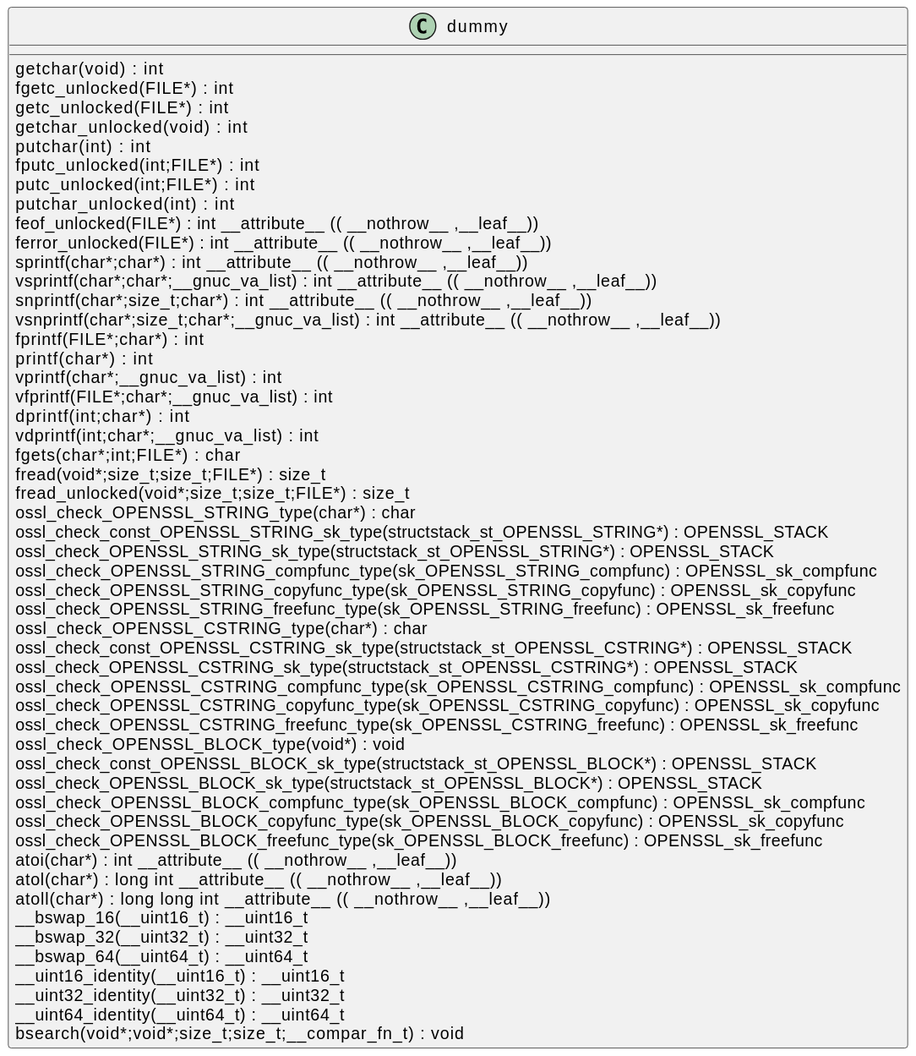
Above: docs/qc/engines/e_capi.c.svg in qualitesys/openssl (PlantUML), before the change.
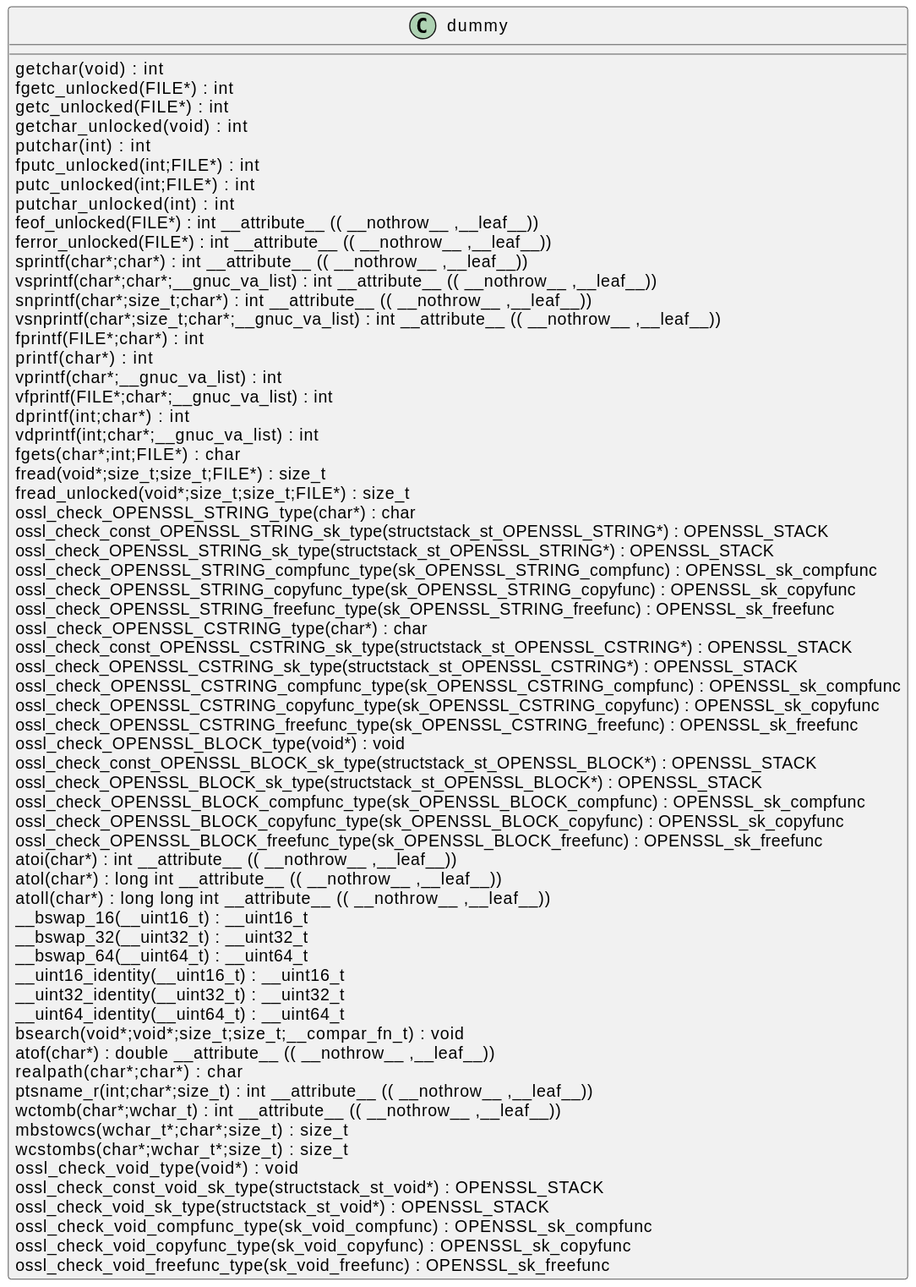
After the commit.

Change to the diagram source:
```diff
@@ -52,5 +52,17 @@
 __uint32_identity(__uint32_t) : __uint32_t [[[./../.././qc/engines/e_capi.c.html#1863]]]
 __uint64_identity(__uint64_t) : __uint64_t [[[./../.././qc/engines/e_capi.c.html#1869]]]
 bsearch(void*;void*;size_t;size_t;__compar_fn_t) :  void  [[[./../.././qc/engines/e_capi.c.html#2537]]]
+atof(char*) :  double  __attribute__ (( __nothrow__ ,__leaf__)) [[[./../.././qc/engines/e_capi.c.html#1]]]
+realpath(char*;char*) :  char  [[[./../.././qc/engines/e_capi.c.html#1]]]
+ptsname_r(int;char*;size_t) :  int  __attribute__ (( __nothrow__ ,__leaf__)) [[[./../.././qc/engines/e_capi.c.html#1]]]
+wctomb(char*;wchar_t) :  int  __attribute__ (( __nothrow__ ,__leaf__)) [[[./../.././qc/engines/e_capi.c.html#1]]]
+mbstowcs(wchar_t*;char*;size_t) : size_t [[[./../.././qc/engines/e_capi.c.html#1]]]
+wcstombs(char*;wchar_t*;size_t) : size_t [[[./../.././qc/engines/e_capi.c.html#1]]]
+ossl_check_void_type(void*) :  void  [[[./../.././qc/engines/e_capi.c.html#1]]]
+ossl_check_const_void_sk_type(structstack_st_void*) : OPENSSL_STACK [[[./../.././qc/engines/e_capi.c.html#1]]]
+ossl_check_void_sk_type(structstack_st_void*) : OPENSSL_STACK [[[./../.././qc/engines/e_capi.c.html#1]]]
+ossl_check_void_compfunc_type(sk_void_compfunc) : OPENSSL_sk_compfunc [[[./../.././qc/engines/e_capi.c.html#1]]]
+ossl_check_void_copyfunc_type(sk_void_copyfunc) : OPENSSL_sk_copyfunc [[[./../.././qc/engines/e_capi.c.html#1]]]
+ossl_check_void_freefunc_type(sk_void_freefunc) : OPENSSL_sk_freefunc [[[./../.././qc/engines/e_capi.c.html#1]]]
 }
 @enduml
```
